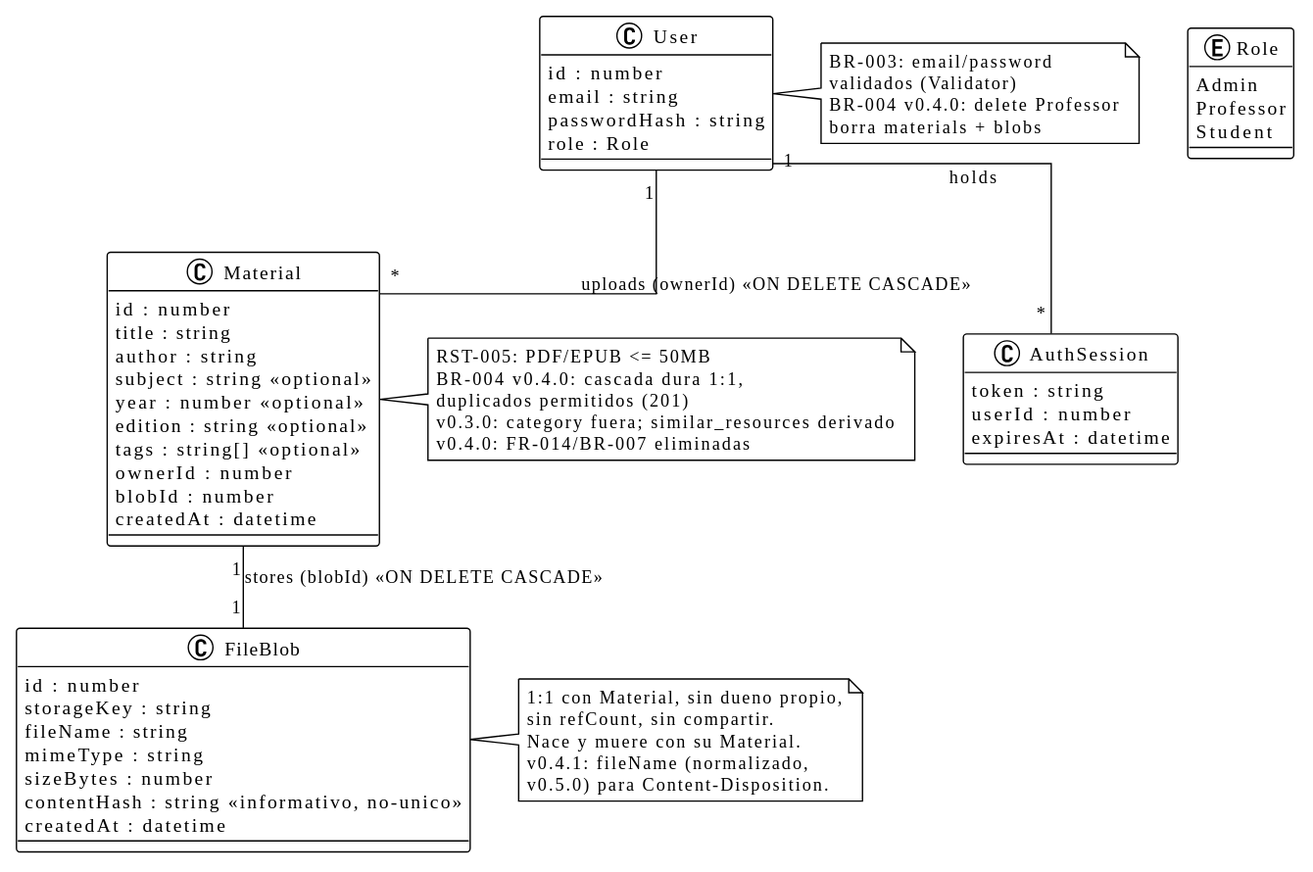
Above: 2026-09-29-laboratorio-bibliotech/docs/02-requirements/conceptual-model.svg in estebanmatias92/tecnicatura-practicas-profesionalizantes-ii (PlantUML), before the change.
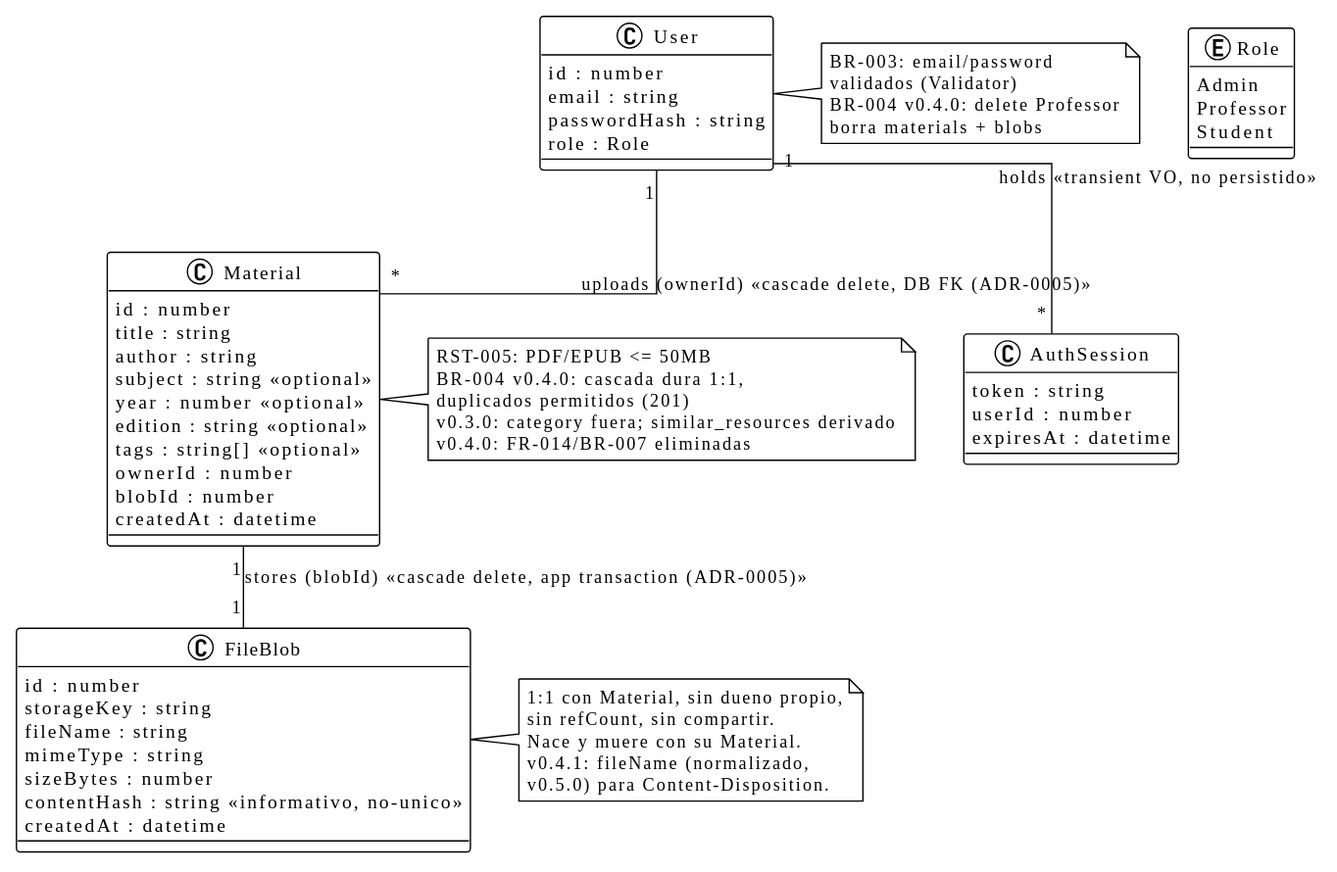
After the commit.

Diff of the diagram source:
```diff
@@ -44,9 +44,9 @@
   expiresAt : datetime
 }
 
-User "1" -- "*" Material : uploads (ownerId) <<ON DELETE CASCADE>>
-Material "1" -- "1" FileBlob : stores (blobId) <<ON DELETE CASCADE>>
-User "1" -- "*" AuthSession : holds
+User "1" -- "*" Material : uploads (ownerId) <<cascade delete, DB FK (ADR-0005)>>
+Material "1" -- "1" FileBlob : stores (blobId) <<cascade delete, app transaction (ADR-0005)>>
+User "1" -- "*" AuthSession : holds <<transient VO, no persistido>>
 
 note right of Material
   RST-005: PDF/EPUB <= 50MB
```
